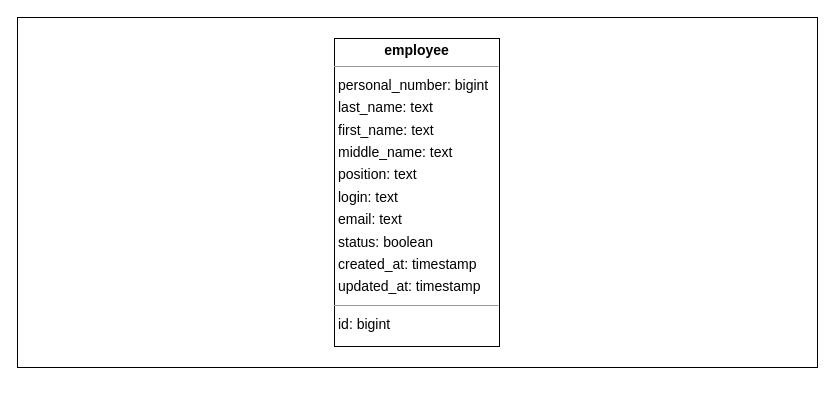
Earlier version of the draw.io diagram doc/arch/database/drawio/employee table diagram.drawio (PavelNaymovets/project_management_system). Source tidied: cells renumbered, new cells numbered last; positions are measured from the earlier drawing's top-left corner, leaving out a move shared by most shapes. Both pictures are drawn from the tidied source at 100%, with x=0, y=0 at pixel (17, 17).
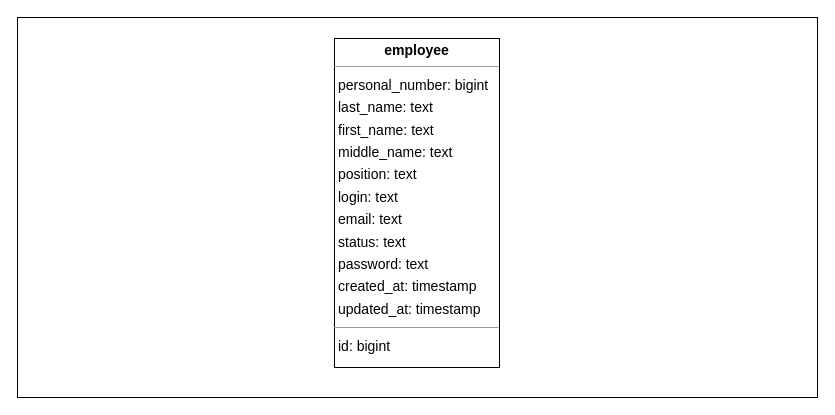
After the change.

Diff of the diagram source:
```diff
@@
 <mxGraphModel>
   <root>
     <mxCell id="0" />
     <mxCell id="1" parent="0" />
     <mxCell id="2" style="rounded=0;whiteSpace=wrap;html=1;" parent="1" vertex="1">
-      <mxGeometry width="800" height="350" as="geometry" />
+      <mxGeometry width="800" height="380" as="geometry" />
     </mxCell>
-    <mxCell id="3" value="&lt;p style=&quot;margin:0px;margin-top:4px;text-align:center;&quot;&gt;&lt;b&gt;employee&lt;/b&gt;&lt;/p&gt;&lt;hr size=&quot;1&quot;/&gt;&lt;p style=&quot;margin:0 0 0 4px;line-height:1.6;&quot;&gt; personal_number: bigint&lt;br/&gt; last_name: text&lt;br/&gt; first_name: text&lt;br/&gt; middle_name: text&lt;br/&gt; position: text&lt;br/&gt; login: text&lt;br/&gt; email: text&lt;br/&gt; status: boolean&lt;br/&gt; created_at: timestamp&lt;br/&gt; updated_at: timestamp&lt;/p&gt;&lt;hr size=&quot;1&quot;/&gt;&lt;p style=&quot;margin:0 0 0 4px;line-height:1.6;&quot;&gt; id: bigint&lt;/p&gt;" style="verticalAlign=top;align=left;overflow=fill;fontSize=14;fontFamily=Helvetica;html=1;rounded=0;shadow=0;comic=0;labelBackgroundColor=none;strokeWidth=1;" parent="1" vertex="1">
-      <mxGeometry x="317" y="21" width="165" height="308" as="geometry" />
+    <mxCell id="3" value="&lt;p style=&quot;border-color: var(--border-color); margin: 4px 0px 0px; text-align: center;&quot;&gt;&lt;b style=&quot;border-color: var(--border-color);&quot;&gt;employee&lt;/b&gt;&lt;/p&gt;&lt;hr style=&quot;border-color: var(--border-color);&quot; size=&quot;1&quot;&gt;&lt;p style=&quot;border-color: var(--border-color); margin: 0px 0px 0px 4px; line-height: 1.6;&quot;&gt;personal_number: bigint&lt;br style=&quot;border-color: var(--border-color);&quot;&gt;last_name: text&lt;br style=&quot;border-color: var(--border-color);&quot;&gt;first_name: text&lt;br style=&quot;border-color: var(--border-color);&quot;&gt;middle_name: text&lt;br style=&quot;border-color: var(--border-color);&quot;&gt;position: text&lt;br style=&quot;border-color: var(--border-color);&quot;&gt;login: text&lt;br style=&quot;border-color: var(--border-color);&quot;&gt;email: text&lt;br style=&quot;border-color: var(--border-color);&quot;&gt;status: text&lt;/p&gt;&lt;p style=&quot;border-color: var(--border-color); margin: 0px 0px 0px 4px; line-height: 1.6;&quot;&gt;password: text&lt;br style=&quot;border-color: var(--border-color);&quot;&gt;created_at: timestamp&lt;br style=&quot;border-color: var(--border-color);&quot;&gt;updated_at: timestamp&lt;/p&gt;&lt;hr style=&quot;border-color: var(--border-color);&quot; size=&quot;1&quot;&gt;&lt;p style=&quot;border-color: var(--border-color); margin: 0px 0px 0px 4px; line-height: 1.6;&quot;&gt;id: bigint&lt;/p&gt;" style="verticalAlign=top;align=left;overflow=fill;fontSize=14;fontFamily=Helvetica;html=1;rounded=0;shadow=0;comic=0;labelBackgroundColor=none;strokeWidth=1;" parent="1" vertex="1">
+      <mxGeometry x="317" y="21" width="165" height="329" as="geometry" />
     </mxCell>
   </root>
 </mxGraphModel>
```
